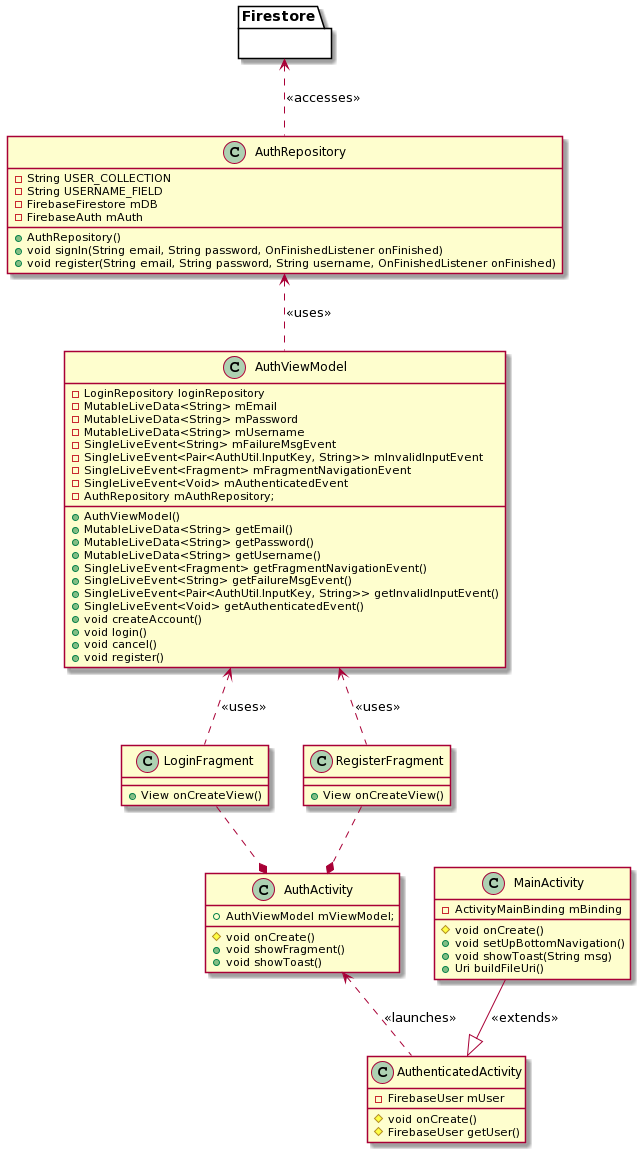
The PlantUML diagram doc/UML/Auth.png in CMPUT301F20T24/Unlibrary, before a commit.
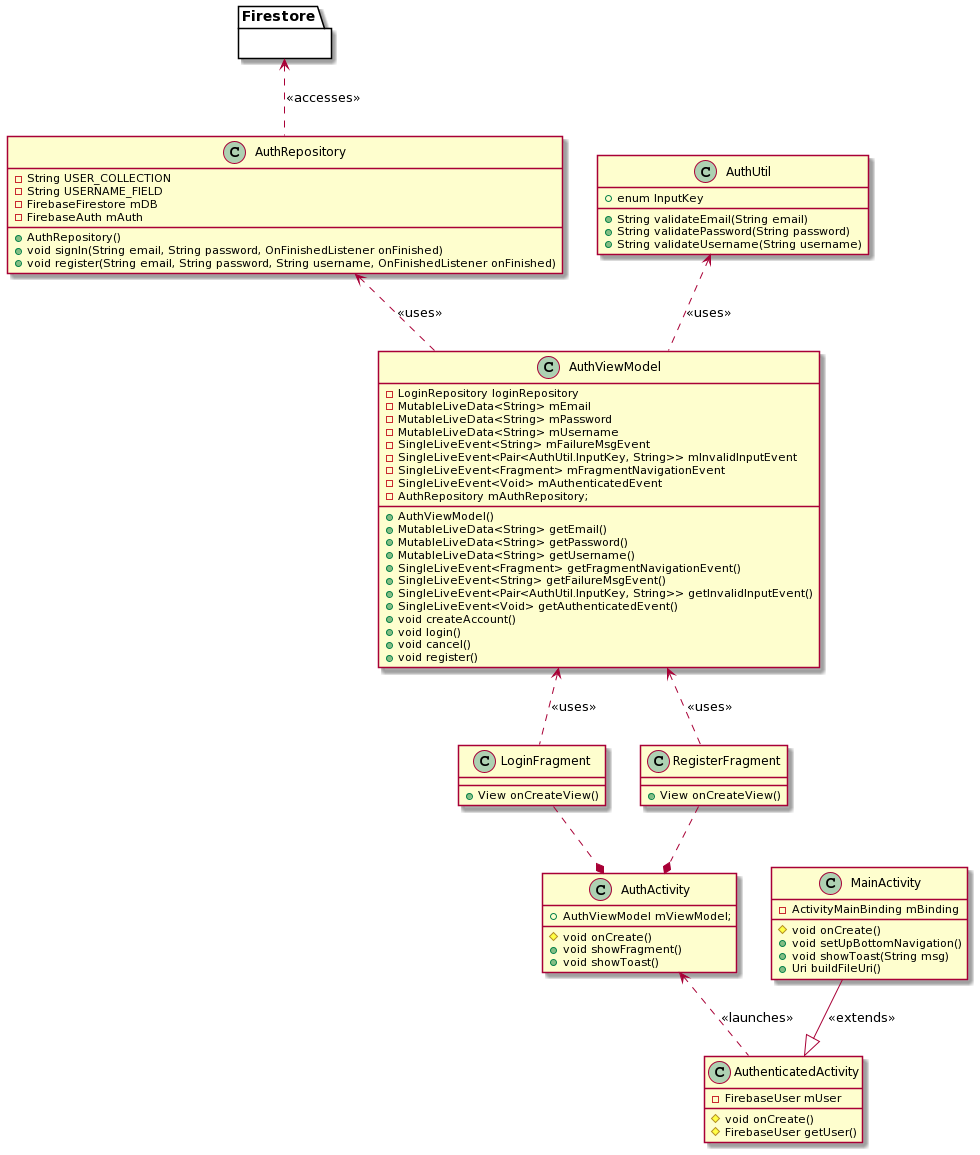
The same diagram one commit later.

Commit message:
upddated pngs

Diff of the diagram source:
```diff
@@ -69,10 +69,18 @@
 +void register(String email, String password, String username, OnFinishedListener onFinished)
 }
 
+class AuthUtil{
++enum InputKey
++String validateEmail(String email)
++String validatePassword(String password)
++String validateUsername(String username)
+}
+
 package Firestore {}
 
 Firestore <.. AuthRepository: <<accesses>>
 AuthRepository <.. AuthViewModel: <<uses>>
 AuthViewModel <.. LoginFragment: <<uses>>
 AuthViewModel <.. RegisterFragment: <<uses>>
+AuthUtil <.. AuthViewModel: <<uses>>
 @enduml
```
